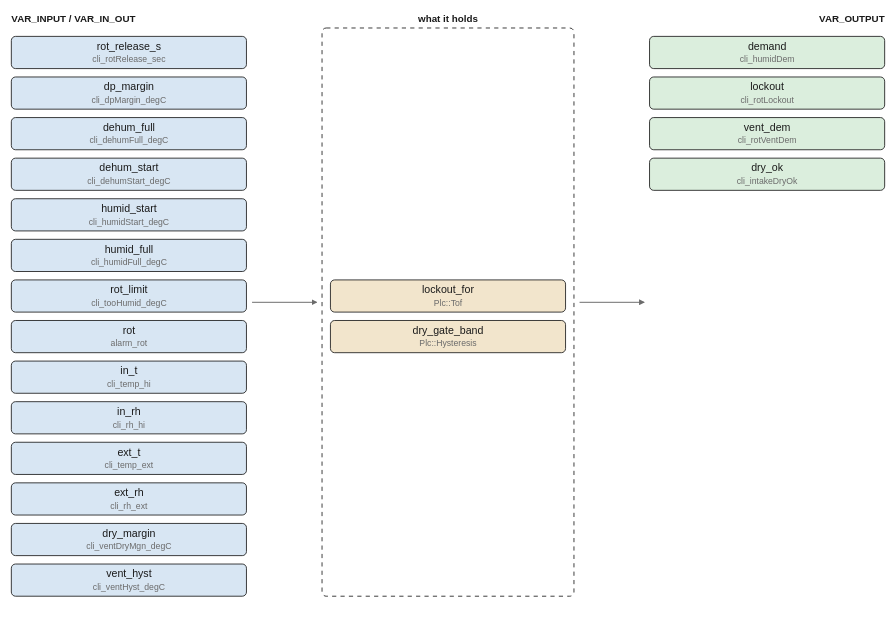
Above: images/logic/humidity.drawio.svg in pstch/botanik2 (draw.io), before the change. Source tidied: cells renumbered, new cells last; positions are measured from the earlier drawing's top-left corner, leaving out a move shared by most shapes. The source it was exported from:
```xml
<mxGraphModel>
  <root>
    <mxCell id="0" />
    <mxCell id="1" parent="0" />
    <mxCell id="2" value="VAR_INPUT / VAR_IN_OUT" style="text;html=1;fontSize=7;fontColor=#1a1a1a;align=left;fontStyle=1;" parent="1" vertex="1">
      <mxGeometry width="110" height="11" as="geometry" />
    </mxCell>
    <mxCell id="3" value="what it holds" style="text;html=1;fontSize=7;fontColor=#1a1a1a;align=center;fontStyle=1;" parent="1" vertex="1">
      <mxGeometry x="312" width="65" height="11" as="geometry" />
    </mxCell>
    <mxCell id="4" value="VAR_OUTPUT" style="text;html=1;fontSize=7;fontColor=#1a1a1a;align=left;fontStyle=1;" parent="1" vertex="1">
      <mxGeometry x="624" width="50" height="11" as="geometry" />
    </mxCell>
    <mxCell id="5" value="rot_release_s" style="rounded=1;fillColor=#d8e6f3;strokeColor=#1a1a1a;whiteSpace=wrap;html=1;fontSize=8;" parent="1" vertex="1">
      <mxGeometry y="17" width="168" height="23" as="geometry" />
    </mxCell>
    <mxCell id="6" value="dp_margin" style="rounded=1;fillColor=#d8e6f3;strokeColor=#1a1a1a;whiteSpace=wrap;html=1;fontSize=8;" parent="1" vertex="1">
      <mxGeometry y="46" width="168" height="23" as="geometry" />
    </mxCell>
    <mxCell id="7" value="dehum_full" style="rounded=1;fillColor=#d8e6f3;strokeColor=#1a1a1a;whiteSpace=wrap;html=1;fontSize=8;" parent="1" vertex="1">
      <mxGeometry y="75" width="168" height="23" as="geometry" />
    </mxCell>
    <mxCell id="8" value="dehum_start" style="rounded=1;fillColor=#d8e6f3;strokeColor=#1a1a1a;whiteSpace=wrap;html=1;fontSize=8;" parent="1" vertex="1">
      <mxGeometry y="104" width="168" height="23" as="geometry" />
    </mxCell>
    <mxCell id="9" value="humid_start" style="rounded=1;fillColor=#d8e6f3;strokeColor=#1a1a1a;whiteSpace=wrap;html=1;fontSize=8;" parent="1" vertex="1">
      <mxGeometry y="133" width="168" height="23" as="geometry" />
    </mxCell>
    <mxCell id="10" value="humid_full" style="rounded=1;fillColor=#d8e6f3;strokeColor=#1a1a1a;whiteSpace=wrap;html=1;fontSize=8;" parent="1" vertex="1">
      <mxGeometry y="162" width="168" height="23" as="geometry" />
    </mxCell>
    <mxCell id="11" value="rot_limit" style="rounded=1;fillColor=#d8e6f3;strokeColor=#1a1a1a;whiteSpace=wrap;html=1;fontSize=8;" parent="1" vertex="1">
      <mxGeometry y="191" width="168" height="23" as="geometry" />
    </mxCell>
    <mxCell id="12" value="rot" style="rounded=1;fillColor=#d8e6f3;strokeColor=#1a1a1a;whiteSpace=wrap;html=1;fontSize=8;" parent="1" vertex="1">
      <mxGeometry y="220" width="168" height="23" as="geometry" />
    </mxCell>
    <mxCell id="13" value="in_t" style="rounded=1;fillColor=#d8e6f3;strokeColor=#1a1a1a;whiteSpace=wrap;html=1;fontSize=8;" parent="1" vertex="1">
      <mxGeometry y="249" width="168" height="23" as="geometry" />
    </mxCell>
    <mxCell id="14" value="in_rh" style="rounded=1;fillColor=#d8e6f3;strokeColor=#1a1a1a;whiteSpace=wrap;html=1;fontSize=8;" parent="1" vertex="1">
      <mxGeometry y="278" width="168" height="23" as="geometry" />
    </mxCell>
    <mxCell id="15" value="ext_t" style="rounded=1;fillColor=#d8e6f3;strokeColor=#1a1a1a;whiteSpace=wrap;html=1;fontSize=8;" parent="1" vertex="1">
      <mxGeometry y="307" width="168" height="23" as="geometry" />
    </mxCell>
    <mxCell id="16" value="ext_rh" style="rounded=1;fillColor=#d8e6f3;strokeColor=#1a1a1a;whiteSpace=wrap;html=1;fontSize=8;" parent="1" vertex="1">
      <mxGeometry y="336" width="168" height="23" as="geometry" />
    </mxCell>
    <mxCell id="17" value="dry_margin" style="rounded=1;fillColor=#d8e6f3;strokeColor=#1a1a1a;whiteSpace=wrap;html=1;fontSize=8;" parent="1" vertex="1">
      <mxGeometry y="365" width="168" height="23" as="geometry" />
    </mxCell>
    <mxCell id="18" value="vent_hyst" style="rounded=1;fillColor=#d8e6f3;strokeColor=#1a1a1a;whiteSpace=wrap;html=1;fontSize=8;" parent="1" vertex="1">
      <mxGeometry y="394" width="168" height="23" as="geometry" />
    </mxCell>
    <mxCell id="19" value="demand" style="rounded=1;fillColor=#dbeedd;strokeColor=#1a1a1a;whiteSpace=wrap;html=1;fontSize=8;" parent="1" vertex="1">
      <mxGeometry x="456" y="17" width="168" height="23" as="geometry" />
    </mxCell>
    <mxCell id="20" value="lockout" style="rounded=1;fillColor=#dbeedd;strokeColor=#1a1a1a;whiteSpace=wrap;html=1;fontSize=8;" parent="1" vertex="1">
      <mxGeometry x="456" y="46" width="168" height="23" as="geometry" />
    </mxCell>
    <mxCell id="21" value="vent_dem" style="rounded=1;fillColor=#dbeedd;strokeColor=#1a1a1a;whiteSpace=wrap;html=1;fontSize=8;" parent="1" vertex="1">
      <mxGeometry x="456" y="75" width="168" height="23" as="geometry" />
    </mxCell>
    <mxCell id="22" value="dry_ok" style="rounded=1;fillColor=#dbeedd;strokeColor=#1a1a1a;whiteSpace=wrap;html=1;fontSize=8;" parent="1" vertex="1">
      <mxGeometry x="456" y="104" width="168" height="23" as="geometry" />
    </mxCell>
    <mxCell id="23" style="rounded=1;fillColor=#ffffff;strokeColor=#1a1a1a;whiteSpace=wrap;html=1;fontSize=8;dashed=1;" parent="1" vertex="1">
      <mxGeometry x="222" y="11" width="180" height="406" as="geometry" />
    </mxCell>
    <mxCell id="24" value="lockout_for" style="rounded=1;fillColor=#f2e5cc;strokeColor=#1a1a1a;whiteSpace=wrap;html=1;fontSize=8;" parent="1" vertex="1">
      <mxGeometry x="228" y="191" width="168" height="23" as="geometry" />
    </mxCell>
    <mxCell id="25" value="dry_gate_band" style="rounded=1;fillColor=#f2e5cc;strokeColor=#1a1a1a;whiteSpace=wrap;html=1;fontSize=8;" parent="1" vertex="1">
      <mxGeometry x="228" y="220" width="168" height="23" as="geometry" />
    </mxCell>
    <mxCell id="26" style="edgeStyle=none;html=1;strokeColor=#6b6b6b;endArrow=block;" parent="1" edge="1">
      <mxGeometry relative="1" as="geometry">
        <mxPoint x="172" y="207" as="sourcePoint" />
        <mxPoint x="218" y="207" as="targetPoint" />
      </mxGeometry>
    </mxCell>
    <mxCell id="27" style="edgeStyle=none;html=1;strokeColor=#6b6b6b;endArrow=block;" parent="1" edge="1">
      <mxGeometry relative="1" as="geometry">
        <mxPoint x="406" y="207" as="sourcePoint" />
        <mxPoint x="452" y="207" as="targetPoint" />
      </mxGeometry>
    </mxCell>
  </root>
</mxGraphModel>
```
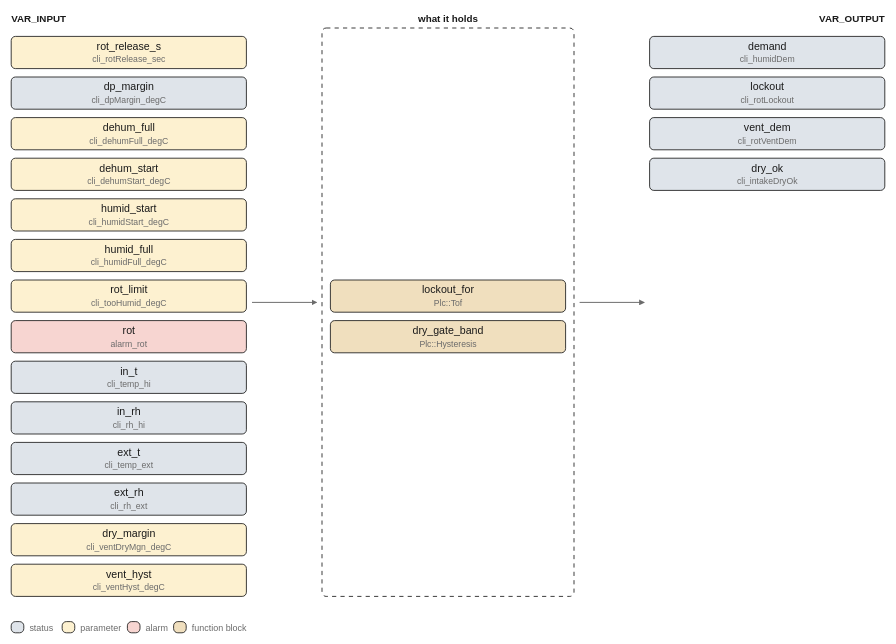
The same file after the commit.

What changed in the source:
```diff
@@ -2,8 +2,8 @@
   <root>
     <mxCell id="0" />
     <mxCell id="1" parent="0" />
-    <mxCell id="2" value="VAR_INPUT / VAR_IN_OUT" style="text;html=1;fontSize=7;fontColor=#1a1a1a;align=left;fontStyle=1;" parent="1" vertex="1">
-      <mxGeometry width="110" height="11" as="geometry" />
+    <mxCell id="2" value="VAR_INPUT" style="text;html=1;fontSize=7;fontColor=#1a1a1a;align=left;fontStyle=1;" parent="1" vertex="1">
+      <mxGeometry width="45" height="11" as="geometry" />
     </mxCell>
     <mxCell id="3" value="what it holds" style="text;html=1;fontSize=7;fontColor=#1a1a1a;align=center;fontStyle=1;" parent="1" vertex="1">
       <mxGeometry x="312" width="65" height="11" as="geometry" />
@@ -11,67 +11,67 @@
     <mxCell id="4" value="VAR_OUTPUT" style="text;html=1;fontSize=7;fontColor=#1a1a1a;align=left;fontStyle=1;" parent="1" vertex="1">
       <mxGeometry x="624" width="50" height="11" as="geometry" />
     </mxCell>
-    <mxCell id="5" value="rot_release_s" style="rounded=1;fillColor=#d8e6f3;strokeColor=#1a1a1a;whiteSpace=wrap;html=1;fontSize=8;" parent="1" vertex="1">
+    <mxCell id="5" value="rot_release_s" style="rounded=1;fillColor=#fdf1d0;strokeColor=#1a1a1a;whiteSpace=wrap;html=1;fontSize=8;" parent="1" vertex="1">
       <mxGeometry y="17" width="168" height="23" as="geometry" />
     </mxCell>
-    <mxCell id="6" value="dp_margin" style="rounded=1;fillColor=#d8e6f3;strokeColor=#1a1a1a;whiteSpace=wrap;html=1;fontSize=8;" parent="1" vertex="1">
+    <mxCell id="6" value="dp_margin" style="rounded=1;fillColor=#dfe4ea;strokeColor=#1a1a1a;whiteSpace=wrap;html=1;fontSize=8;" parent="1" vertex="1">
       <mxGeometry y="46" width="168" height="23" as="geometry" />
     </mxCell>
-    <mxCell id="7" value="dehum_full" style="rounded=1;fillColor=#d8e6f3;strokeColor=#1a1a1a;whiteSpace=wrap;html=1;fontSize=8;" parent="1" vertex="1">
+    <mxCell id="7" value="dehum_full" style="rounded=1;fillColor=#fdf1d0;strokeColor=#1a1a1a;whiteSpace=wrap;html=1;fontSize=8;" parent="1" vertex="1">
       <mxGeometry y="75" width="168" height="23" as="geometry" />
     </mxCell>
-    <mxCell id="8" value="dehum_start" style="rounded=1;fillColor=#d8e6f3;strokeColor=#1a1a1a;whiteSpace=wrap;html=1;fontSize=8;" parent="1" vertex="1">
+    <mxCell id="8" value="dehum_start" style="rounded=1;fillColor=#fdf1d0;strokeColor=#1a1a1a;whiteSpace=wrap;html=1;fontSize=8;" parent="1" vertex="1">
       <mxGeometry y="104" width="168" height="23" as="geometry" />
     </mxCell>
-    <mxCell id="9" value="humid_start" style="rounded=1;fillColor=#d8e6f3;strokeColor=#1a1a1a;whiteSpace=wrap;html=1;fontSize=8;" parent="1" vertex="1">
+    <mxCell id="9" value="humid_start" style="rounded=1;fillColor=#fdf1d0;strokeColor=#1a1a1a;whiteSpace=wrap;html=1;fontSize=8;" parent="1" vertex="1">
       <mxGeometry y="133" width="168" height="23" as="geometry" />
     </mxCell>
-    <mxCell id="10" value="humid_full" style="rounded=1;fillColor=#d8e6f3;strokeColor=#1a1a1a;whiteSpace=wrap;html=1;fontSize=8;" parent="1" vertex="1">
+    <mxCell id="10" value="humid_full" style="rounded=1;fillColor=#fdf1d0;strokeColor=#1a1a1a;whiteSpace=wrap;html=1;fontSize=8;" parent="1" vertex="1">
       <mxGeometry y="162" width="168" height="23" as="geometry" />
     </mxCell>
-    <mxCell id="11" value="rot_limit" style="rounded=1;fillColor=#d8e6f3;strokeColor=#1a1a1a;whiteSpace=wrap;html=1;fontSize=8;" parent="1" vertex="1">
+    <mxCell id="11" value="rot_limit" style="rounded=1;fillColor=#fdf1d0;strokeColor=#1a1a1a;whiteSpace=wrap;html=1;fontSize=8;" parent="1" vertex="1">
       <mxGeometry y="191" width="168" height="23" as="geometry" />
     </mxCell>
-    <mxCell id="12" value="rot" style="rounded=1;fillColor=#d8e6f3;strokeColor=#1a1a1a;whiteSpace=wrap;html=1;fontSize=8;" parent="1" vertex="1">
+    <mxCell id="12" value="rot" style="rounded=1;fillColor=#f7d5d1;strokeColor=#1a1a1a;whiteSpace=wrap;html=1;fontSize=8;" parent="1" vertex="1">
       <mxGeometry y="220" width="168" height="23" as="geometry" />
     </mxCell>
-    <mxCell id="13" value="in_t" style="rounded=1;fillColor=#d8e6f3;strokeColor=#1a1a1a;whiteSpace=wrap;html=1;fontSize=8;" parent="1" vertex="1">
+    <mxCell id="13" value="in_t" style="rounded=1;fillColor=#dfe4ea;strokeColor=#1a1a1a;whiteSpace=wrap;html=1;fontSize=8;" parent="1" vertex="1">
       <mxGeometry y="249" width="168" height="23" as="geometry" />
     </mxCell>
-    <mxCell id="14" value="in_rh" style="rounded=1;fillColor=#d8e6f3;strokeColor=#1a1a1a;whiteSpace=wrap;html=1;fontSize=8;" parent="1" vertex="1">
+    <mxCell id="14" value="in_rh" style="rounded=1;fillColor=#dfe4ea;strokeColor=#1a1a1a;whiteSpace=wrap;html=1;fontSize=8;" parent="1" vertex="1">
       <mxGeometry y="278" width="168" height="23" as="geometry" />
     </mxCell>
-    <mxCell id="15" value="ext_t" style="rounded=1;fillColor=#d8e6f3;strokeColor=#1a1a1a;whiteSpace=wrap;html=1;fontSize=8;" parent="1" vertex="1">
+    <mxCell id="15" value="ext_t" style="rounded=1;fillColor=#dfe4ea;strokeColor=#1a1a1a;whiteSpace=wrap;html=1;fontSize=8;" parent="1" vertex="1">
       <mxGeometry y="307" width="168" height="23" as="geometry" />
     </mxCell>
-    <mxCell id="16" value="ext_rh" style="rounded=1;fillColor=#d8e6f3;strokeColor=#1a1a1a;whiteSpace=wrap;html=1;fontSize=8;" parent="1" vertex="1">
+    <mxCell id="16" value="ext_rh" style="rounded=1;fillColor=#dfe4ea;strokeColor=#1a1a1a;whiteSpace=wrap;html=1;fontSize=8;" parent="1" vertex="1">
       <mxGeometry y="336" width="168" height="23" as="geometry" />
     </mxCell>
-    <mxCell id="17" value="dry_margin" style="rounded=1;fillColor=#d8e6f3;strokeColor=#1a1a1a;whiteSpace=wrap;html=1;fontSize=8;" parent="1" vertex="1">
+    <mxCell id="17" value="dry_margin" style="rounded=1;fillColor=#fdf1d0;strokeColor=#1a1a1a;whiteSpace=wrap;html=1;fontSize=8;" parent="1" vertex="1">
       <mxGeometry y="365" width="168" height="23" as="geometry" />
     </mxCell>
-    <mxCell id="18" value="vent_hyst" style="rounded=1;fillColor=#d8e6f3;strokeColor=#1a1a1a;whiteSpace=wrap;html=1;fontSize=8;" parent="1" vertex="1">
+    <mxCell id="18" value="vent_hyst" style="rounded=1;fillColor=#fdf1d0;strokeColor=#1a1a1a;whiteSpace=wrap;html=1;fontSize=8;" parent="1" vertex="1">
       <mxGeometry y="394" width="168" height="23" as="geometry" />
     </mxCell>
-    <mxCell id="19" value="demand" style="rounded=1;fillColor=#dbeedd;strokeColor=#1a1a1a;whiteSpace=wrap;html=1;fontSize=8;" parent="1" vertex="1">
+    <mxCell id="19" value="demand" style="rounded=1;fillColor=#dfe4ea;strokeColor=#1a1a1a;whiteSpace=wrap;html=1;fontSize=8;" parent="1" vertex="1">
       <mxGeometry x="456" y="17" width="168" height="23" as="geometry" />
     </mxCell>
-    <mxCell id="20" value="lockout" style="rounded=1;fillColor=#dbeedd;strokeColor=#1a1a1a;whiteSpace=wrap;html=1;fontSize=8;" parent="1" vertex="1">
+    <mxCell id="20" value="lockout" style="rounded=1;fillColor=#dfe4ea;strokeColor=#1a1a1a;whiteSpace=wrap;html=1;fontSize=8;" parent="1" vertex="1">
       <mxGeometry x="456" y="46" width="168" height="23" as="geometry" />
     </mxCell>
-    <mxCell id="21" value="vent_dem" style="rounded=1;fillColor=#dbeedd;strokeColor=#1a1a1a;whiteSpace=wrap;html=1;fontSize=8;" parent="1" vertex="1">
+    <mxCell id="21" value="vent_dem" style="rounded=1;fillColor=#dfe4ea;strokeColor=#1a1a1a;whiteSpace=wrap;html=1;fontSize=8;" parent="1" vertex="1">
       <mxGeometry x="456" y="75" width="168" height="23" as="geometry" />
     </mxCell>
-    <mxCell id="22" value="dry_ok" style="rounded=1;fillColor=#dbeedd;strokeColor=#1a1a1a;whiteSpace=wrap;html=1;fontSize=8;" parent="1" vertex="1">
+    <mxCell id="22" value="dry_ok" style="rounded=1;fillColor=#dfe4ea;strokeColor=#1a1a1a;whiteSpace=wrap;html=1;fontSize=8;" parent="1" vertex="1">
       <mxGeometry x="456" y="104" width="168" height="23" as="geometry" />
     </mxCell>
     <mxCell id="23" style="rounded=1;fillColor=#ffffff;strokeColor=#1a1a1a;whiteSpace=wrap;html=1;fontSize=8;dashed=1;" parent="1" vertex="1">
       <mxGeometry x="222" y="11" width="180" height="406" as="geometry" />
     </mxCell>
-    <mxCell id="24" value="lockout_for" style="rounded=1;fillColor=#f2e5cc;strokeColor=#1a1a1a;whiteSpace=wrap;html=1;fontSize=8;" parent="1" vertex="1">
+    <mxCell id="24" value="lockout_for" style="rounded=1;fillColor=#f0dfbe;strokeColor=#1a1a1a;whiteSpace=wrap;html=1;fontSize=8;" parent="1" vertex="1">
       <mxGeometry x="228" y="191" width="168" height="23" as="geometry" />
     </mxCell>
-    <mxCell id="25" value="dry_gate_band" style="rounded=1;fillColor=#f2e5cc;strokeColor=#1a1a1a;whiteSpace=wrap;html=1;fontSize=8;" parent="1" vertex="1">
+    <mxCell id="25" value="dry_gate_band" style="rounded=1;fillColor=#f0dfbe;strokeColor=#1a1a1a;whiteSpace=wrap;html=1;fontSize=8;" parent="1" vertex="1">
       <mxGeometry x="228" y="220" width="168" height="23" as="geometry" />
     </mxCell>
     <mxCell id="26" style="edgeStyle=none;html=1;strokeColor=#6b6b6b;endArrow=block;" parent="1" edge="1">
@@ -86,5 +86,29 @@
         <mxPoint x="452" y="207" as="targetPoint" />
       </mxGeometry>
     </mxCell>
+    <mxCell id="28" style="rounded=1;fillColor=#dfe4ea;strokeColor=#1a1a1a;whiteSpace=wrap;html=1;fontSize=8;" parent="1" vertex="1">
+      <mxGeometry y="435" width="9" height="8" as="geometry" />
+    </mxCell>
+    <mxCell id="29" value="status" style="text;html=1;fontSize=6;fontColor=#6b6b6b;align=left;" parent="1" vertex="1">
+      <mxGeometry x="13" y="435.6" width="40" height="10.4" as="geometry" />
+    </mxCell>
+    <mxCell id="30" style="rounded=1;fillColor=#fdf1d0;strokeColor=#1a1a1a;whiteSpace=wrap;html=1;fontSize=8;" parent="1" vertex="1">
+      <mxGeometry x="36.4" y="435" width="9" height="8" as="geometry" />
+    </mxCell>
+    <mxCell id="31" value="parameter" style="text;html=1;fontSize=6;fontColor=#6b6b6b;align=left;" parent="1" vertex="1">
+      <mxGeometry x="49.4" y="435.6" width="45" height="10.4" as="geometry" />
+    </mxCell>
+    <mxCell id="32" style="rounded=1;fillColor=#f7d5d1;strokeColor=#1a1a1a;whiteSpace=wrap;html=1;fontSize=8;" parent="1" vertex="1">
+      <mxGeometry x="83" y="435" width="9" height="8" as="geometry" />
+    </mxCell>
+    <mxCell id="33" value="alarm" style="text;html=1;fontSize=6;fontColor=#6b6b6b;align=left;" parent="1" vertex="1">
+      <mxGeometry x="96" y="435.6" width="40" height="10.4" as="geometry" />
+    </mxCell>
+    <mxCell id="34" style="rounded=1;fillColor=#f0dfbe;strokeColor=#1a1a1a;whiteSpace=wrap;html=1;fontSize=8;" parent="1" vertex="1">
+      <mxGeometry x="116" y="435" width="9" height="8" as="geometry" />
+    </mxCell>
+    <mxCell id="35" value="function block" style="text;html=1;fontSize=6;fontColor=#6b6b6b;align=left;" parent="1" vertex="1">
+      <mxGeometry x="129" y="435.6" width="70" height="10.4" as="geometry" />
+    </mxCell>
   </root>
 </mxGraphModel>
```
